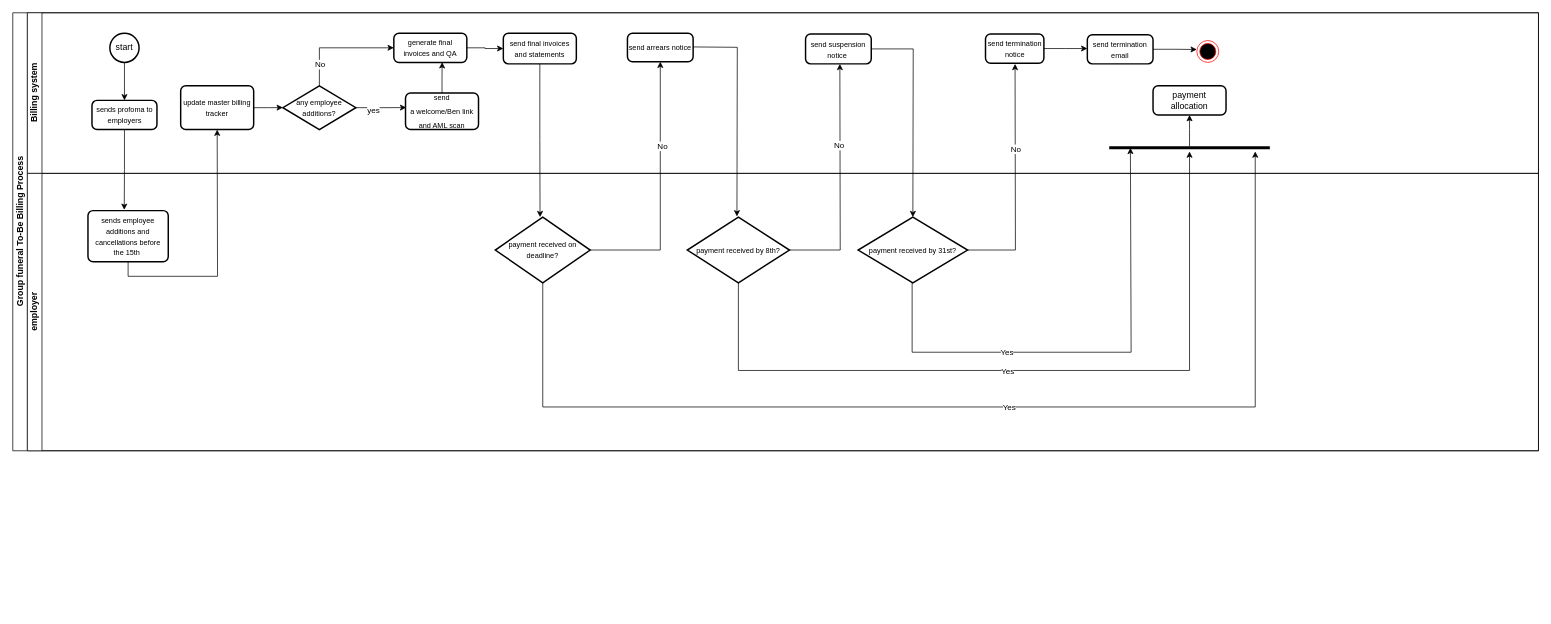
Before: billingprocess.drawio in TJ-Kwetsane1993/Thato, a draw.io diagram. Source tidied: cells renumbered, new cells numbered last; positions are measured from the earlier drawing's top-left corner, leaving out a move shared by most shapes. Both pictures are drawn from the tidied source at 73%, with x=0, y=0 at pixel (12, 12).
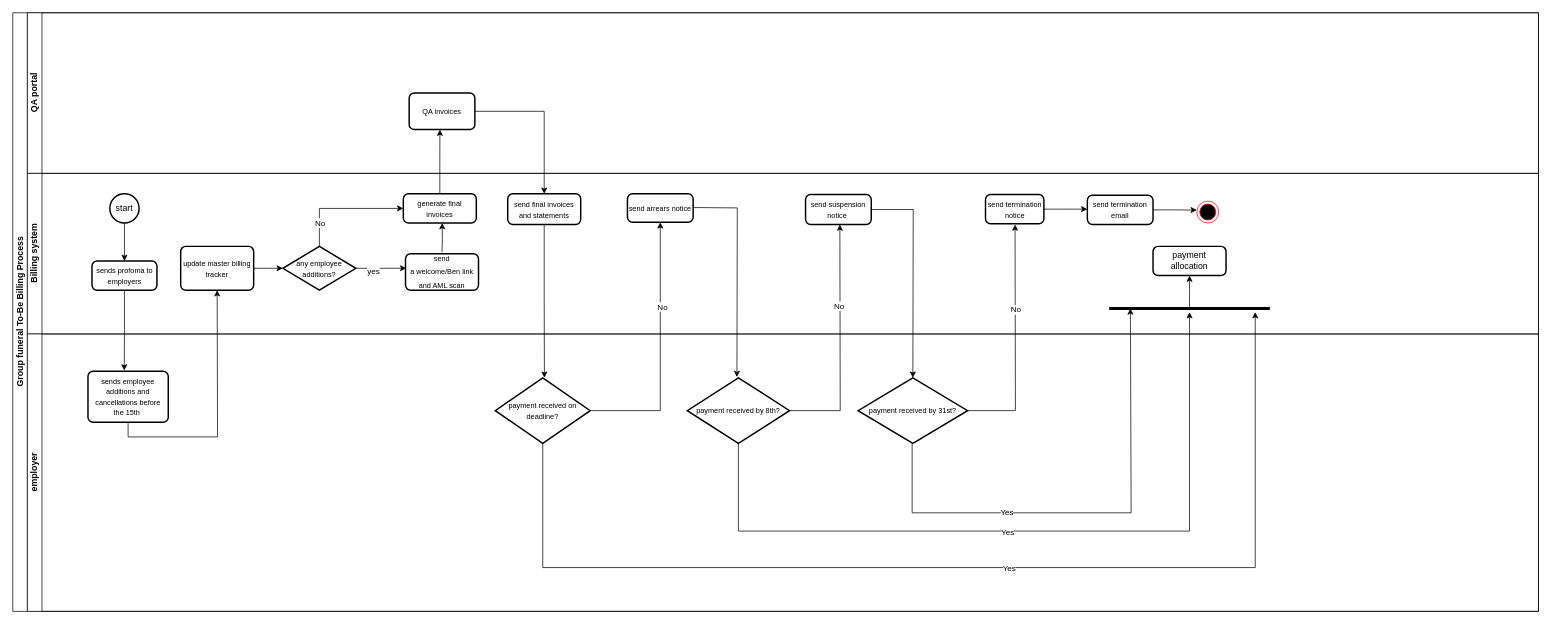
Above is the later version.

Unchanged cells that the change refers to:
```xml
<mxCell id="12" value="&lt;span style=&quot;line-height: 150%; font-family: Aptos, sans-serif;&quot; lang=&quot;EN-US&quot;&gt;&lt;font style=&quot;font-size: 10px;&quot;&gt;send&lt;br/&gt;a welcome/Ben link and AML scan&lt;/font&gt;&lt;/span&gt;" style="rounded=1;whiteSpace=wrap;html=1;absoluteArcSize=1;arcSize=14;strokeWidth=2;" parent="3" vertex="1">
  <mxGeometry x="518" y="110" width="100" height="50" as="geometry" />
</mxCell>
```

The edit, as a diff of the source:
```diff
@@
     <mxCell id="2" value="Group funeral To-Be Billing Process" style="swimlane;html=1;horizontal=0;startSize=20;" parent="1" vertex="1">
-      <mxGeometry width="2090" height="600" as="geometry" />
+      <mxGeometry width="2090" height="820" as="geometry" />
     </mxCell>
+    <mxCell id="51" value="QA portal" style="swimlane;html=1;startSize=20;horizontal=0;" parent="2" vertex="1">
+      <mxGeometry x="20" width="2070" height="220" as="geometry" />
+    </mxCell>
+    <mxCell id="52" value="&lt;font style=&quot;font-size: 10px;&quot;&gt;QA invoices&lt;/font&gt;" style="rounded=1;whiteSpace=wrap;html=1;absoluteArcSize=1;arcSize=14;strokeWidth=2;" parent="51" vertex="1">
+      <mxGeometry x="523" y="110" width="90" height="50" as="geometry" />
+    </mxCell>
     <mxCell id="3" value="Billing system" style="swimlane;html=1;startSize=20;horizontal=0;" parent="2" vertex="1">
-      <mxGeometry x="20" width="2070" height="220" as="geometry" />
+      <mxGeometry x="20" y="220" width="2070" height="220" as="geometry" />
     </mxCell>
@@
-    <mxCell id="8" style="edgeStyle=orthogonalEdgeStyle;rounded=0;jettySize=auto;html=1;exitX=1;exitY=0.5;exitDx=0;exitDy=0;entryX=0;entryY=0.5;entryDx=0;entryDy=0;" parent="3" edge="1" source="9" target="11">
-      <mxGeometry relative="1" as="geometry" />
-    </mxCell>
+    <mxCell id="53" style="edgeStyle=orthogonalEdgeStyle;rounded=0;jettySize=auto;html=1;exitX=0.5;exitY=0;exitDx=0;exitDy=0;" parent="3" edge="1" source="9">
+      <mxGeometry relative="1" as="geometry">
+        <mxPoint x="565.1" y="-60" as="targetPoint" />
+      </mxGeometry>
+    </mxCell>
-    <mxCell id="9" value="&lt;font style=&quot;font-size: 10px;&quot;&gt;generate final invoices and QA&lt;/font&gt;" style="rounded=1;whiteSpace=wrap;html=1;absoluteArcSize=1;arcSize=14;strokeWidth=2;" parent="3" vertex="1">
-      <mxGeometry x="502" y="28" width="100" height="40" as="geometry" />
+    <mxCell id="9" value="&lt;font style=&quot;font-size: 10px;&quot;&gt;generate final invoices&lt;/font&gt;" style="rounded=1;whiteSpace=wrap;html=1;absoluteArcSize=1;arcSize=14;strokeWidth=2;" parent="3" vertex="1">
+      <mxGeometry x="515" y="28" width="100" height="40" as="geometry" />
     </mxCell>
     <mxCell id="10" style="edgeStyle=orthogonalEdgeStyle;rounded=0;jettySize=auto;html=1;exitX=0.5;exitY=1;exitDx=0;exitDy=0;" parent="3" edge="1" source="11">
       <mxGeometry relative="1" as="geometry">
-        <mxPoint x="702.3" y="280" as="targetPoint" />
+        <mxPoint x="708.3" y="280" as="targetPoint" />
       </mxGeometry>
     </mxCell>
     <mxCell id="11" value="&lt;font style=&quot;font-size: 10px;&quot;&gt;send final invoices and statements&lt;/font&gt;" style="rounded=1;whiteSpace=wrap;html=1;absoluteArcSize=1;arcSize=14;strokeWidth=2;" parent="3" vertex="1">
-      <mxGeometry x="652" y="28" width="100" height="42" as="geometry" />
+      <mxGeometry x="658" y="28" width="100" height="42" as="geometry" />
     </mxCell>
+    <mxCell id="54" style="edgeStyle=orthogonalEdgeStyle;rounded=0;orthogonalLoop=1;jettySize=auto;html=1;exitX=0.5;exitY=0;exitDx=0;exitDy=0;" parent="3" edge="1">
+      <mxGeometry relative="1" as="geometry">
+        <mxPoint x="568" y="108" as="sourcePoint" />
+        <mxPoint x="568.2" y="68" as="targetPoint" />
+      </mxGeometry>
+    </mxCell>
@@
-    <mxCell id="32" style="edgeStyle=orthogonalEdgeStyle;rounded=0;jettySize=auto;html=1;exitX=0.5;exitY=0;exitDx=0;exitDy=0;entryX=0.662;entryY=0.992;entryDx=0;entryDy=0;entryPerimeter=0;" parent="3" edge="1" source="12" target="9">
-      <mxGeometry relative="1" as="geometry" />
-    </mxCell>
     <mxCell id="33" value="employer" style="swimlane;html=1;startSize=20;horizontal=0;" parent="2" vertex="1">
-      <mxGeometry x="20" y="220" width="2070" height="380" as="geometry" />
+      <mxGeometry x="20" y="440" width="2070" height="380" as="geometry" />
     </mxCell>
@@
+    <mxCell id="55" style="edgeStyle=orthogonalEdgeStyle;rounded=0;jettySize=auto;html=1;exitX=1;exitY=0.5;exitDx=0;exitDy=0;entryX=0.5;entryY=0;entryDx=0;entryDy=0;" parent="2" edge="1" source="52" target="11">
+      <mxGeometry relative="1" as="geometry" />
+    </mxCell>
```
